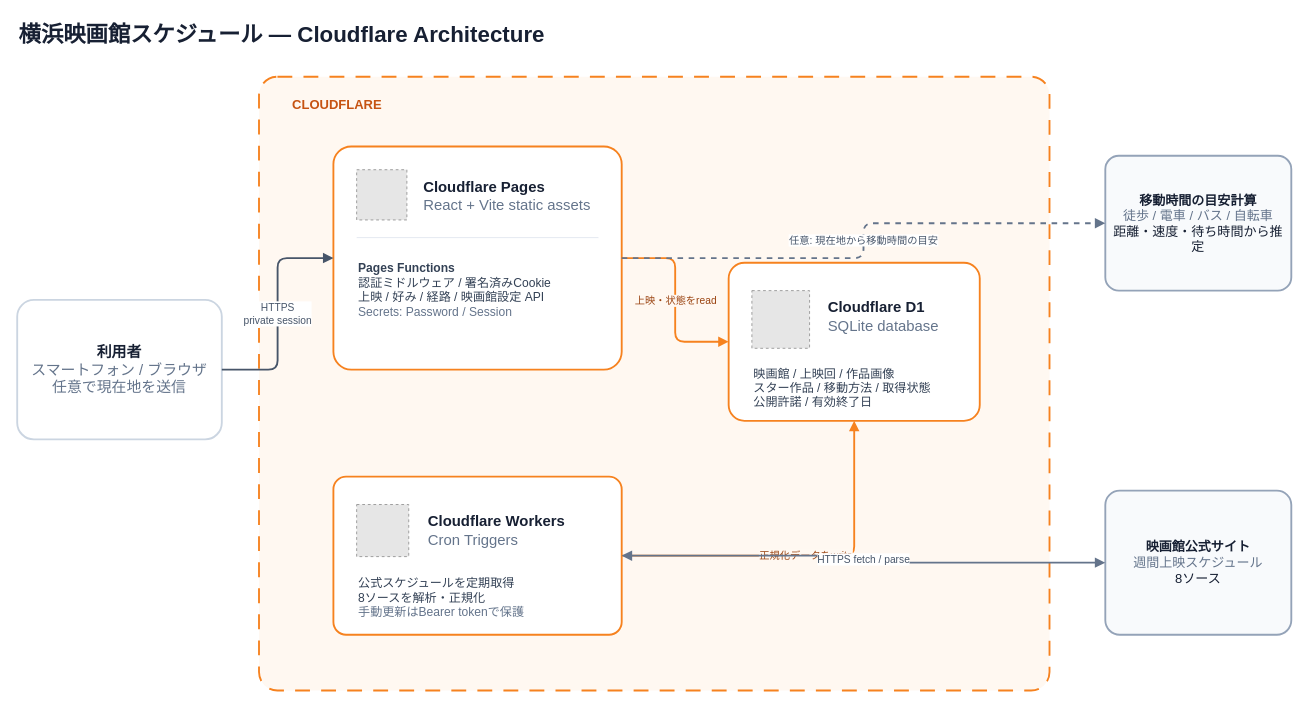
Before: docs/architecture/cloudflare-architecture.drawio in daylight55/yokohama-cinema-schedule, a draw.io diagram. Source tidied: cells renumbered, new cells numbered last; positions are measured from the earlier drawing's top-left corner, leaving out a move shared by most shapes. Both pictures are drawn from the tidied source at 93%, with x=0, y=0 at pixel (17, 16). Pictures stored in the file or linked from it are replaced by grey dashed boxes.
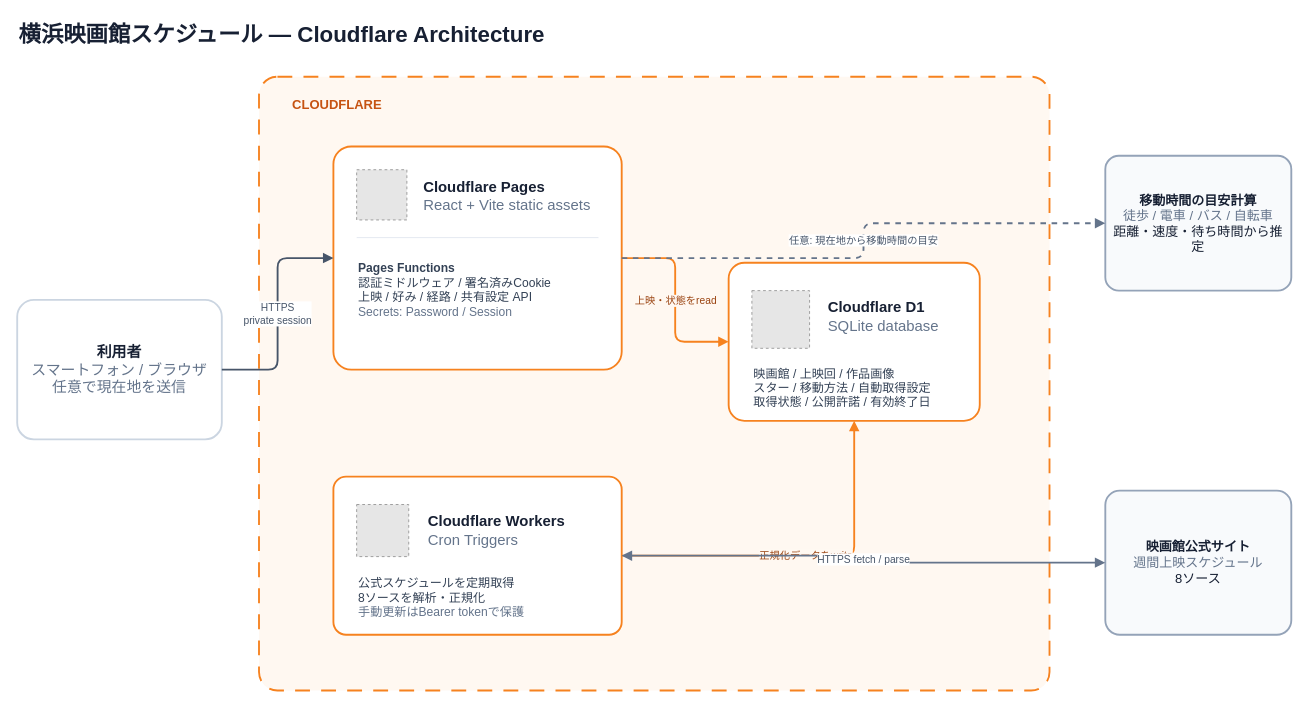
After the change.

Change to the diagram source:
```diff
@@
-    <mxCell id="10" value="&lt;b&gt;Pages Functions&lt;/b&gt;&lt;br&gt;認証ミドルウェア / 署名済みCookie&lt;br&gt;上映 / 好み / 経路 / 映画館設定 API&lt;br&gt;&lt;font color=&quot;#64748B&quot;&gt;Secrets: Password / Session&lt;/font&gt;" style="text;html=1;strokeColor=none;fillColor=none;align=left;verticalAlign=top;fontSize=13;fontColor=#334155;spacingTop=4;" parent="1" vertex="1">
+    <mxCell id="10" value="&lt;b&gt;Pages Functions&lt;/b&gt;&lt;br&gt;認証ミドルウェア / 署名済みCookie&lt;br&gt;上映 / 好み / 経路 / 共有設定 API&lt;br&gt;&lt;font color=&quot;#64748B&quot;&gt;Secrets: Password / Session&lt;/font&gt;" style="text;html=1;strokeColor=none;fillColor=none;align=left;verticalAlign=top;fontSize=13;fontColor=#334155;spacingTop=4;" parent="1" vertex="1">
       <mxGeometry x="365" y="253" width="260" height="105" as="geometry" />
     </mxCell>
@@
-    <mxCell id="14" value="映画館 / 上映回 / 作品画像&lt;br&gt;スター作品 / 移動方法 / 取得状態&lt;br&gt;公開許諾 / 有効終了日" style="text;html=1;strokeColor=none;fillColor=none;align=left;verticalAlign=top;fontSize=13;fontColor=#334155;" parent="1" vertex="1">
+    <mxCell id="14" value="映画館 / 上映回 / 作品画像&lt;br&gt;スター / 移動方法 / 自動取得設定&lt;br&gt;取得状態 / 公開許諾 / 有効終了日" style="text;html=1;strokeColor=none;fillColor=none;align=left;verticalAlign=top;fontSize=13;fontColor=#334155;" parent="1" vertex="1">
       <mxGeometry x="790" y="370" width="220" height="60" as="geometry" />
     </mxCell>
```
